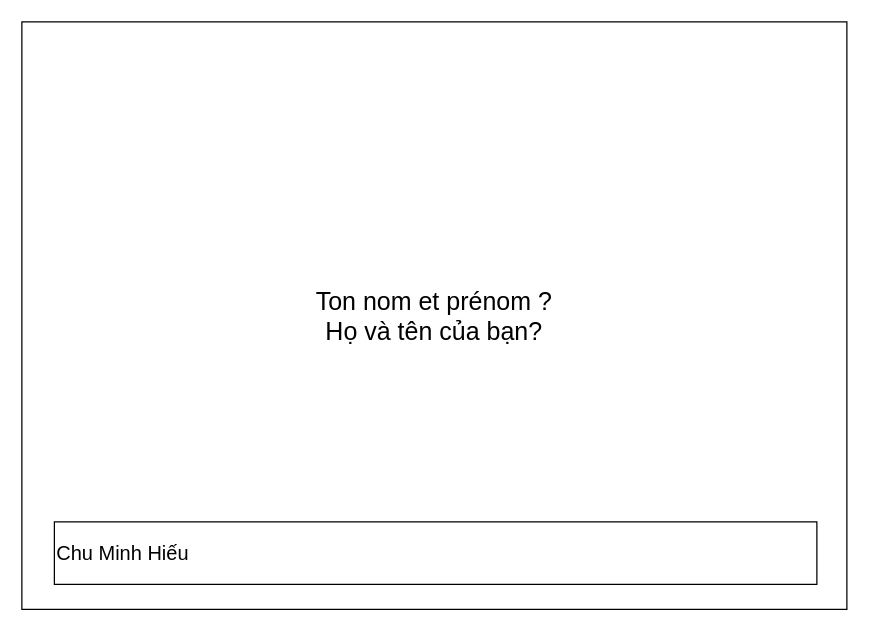
Tran-Long-Vu/AppVocabFR keeps this draw.io diagram as page "Lần đăng nhập đầu tiên" (3 of 5) of GUI.drawio. Above is the earlier version. Source tidied: cells renumbered, new cells numbered last; positions are measured from the earlier drawing's top-left corner, leaving out a move shared by most shapes. Both pictures are drawn from the tidied source at 125%, with x=0, y=0 at pixel (21, 21).
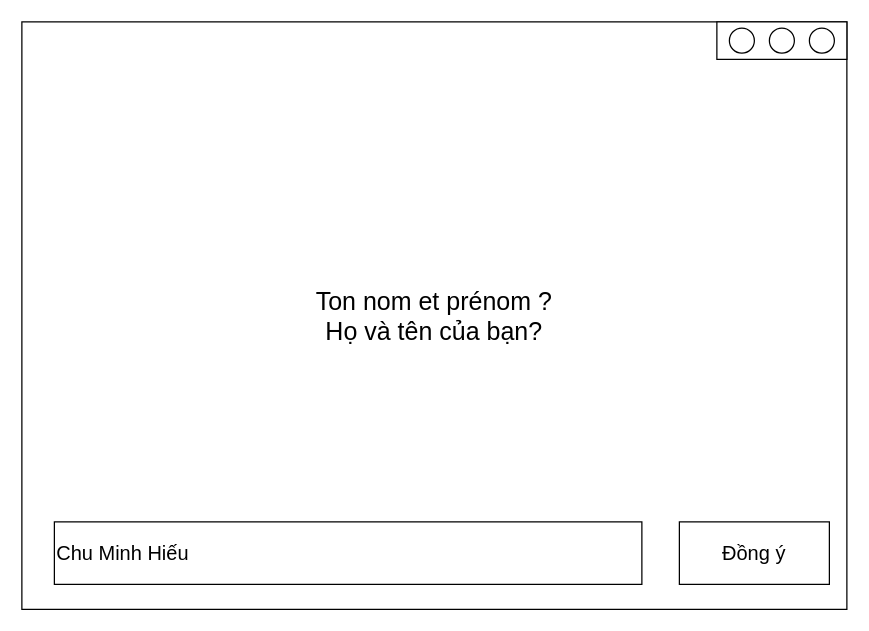
Above is the later version.

What changed in the source:
```diff
@@
 <mxGraphModel>
   <root>
     <mxCell id="0" />
     <mxCell id="1" parent="0" />
     <mxCell id="2" value="&lt;font style=&quot;font-size: 20px;&quot;&gt;Ton nom et prénom ?&lt;/font&gt;&lt;div&gt;&lt;font style=&quot;font-size: 20px;&quot;&gt;Họ và tên của bạn?&lt;/font&gt;&lt;/div&gt;" style="rounded=0;whiteSpace=wrap;html=1;" parent="1" vertex="1">
       <mxGeometry width="660" height="470" as="geometry" />
     </mxCell>
     <mxCell id="3" value="&lt;font style=&quot;font-size: 16px;&quot;&gt;Chu Minh Hiếu&lt;/font&gt;" style="rounded=0;whiteSpace=wrap;html=1;align=left;" parent="1" vertex="1">
-      <mxGeometry x="26" y="400" width="610" height="50" as="geometry" />
+      <mxGeometry x="26" y="400" width="470" height="50" as="geometry" />
     </mxCell>
+    <mxCell id="4" value="&lt;font style=&quot;font-size: 16px;&quot;&gt;Đồng ý&lt;/font&gt;" style="rounded=0;whiteSpace=wrap;html=1;" parent="1" vertex="1">
+      <mxGeometry x="526" y="400" width="120" height="50" as="geometry" />
+    </mxCell>
+    <mxCell id="5" style="group;" parent="1" vertex="1">
+      <mxGeometry x="556" width="104" height="30" as="geometry" />
+    </mxCell>
+    <mxCell id="6" style="rounded=0;whiteSpace=wrap;html=1;" parent="5" vertex="1">
+      <mxGeometry width="104" height="30" as="geometry" />
+    </mxCell>
+    <mxCell id="7" style="ellipse;whiteSpace=wrap;html=1;" parent="5" vertex="1">
+      <mxGeometry x="10" y="5" width="20" height="20" as="geometry" />
+    </mxCell>
+    <mxCell id="8" style="ellipse;whiteSpace=wrap;html=1;" parent="5" vertex="1">
+      <mxGeometry x="42" y="5" width="20" height="20" as="geometry" />
+    </mxCell>
+    <mxCell id="9" style="ellipse;whiteSpace=wrap;html=1;" parent="5" vertex="1">
+      <mxGeometry x="74" y="5" width="20" height="20" as="geometry" />
+    </mxCell>
   </root>
 </mxGraphModel>
```
